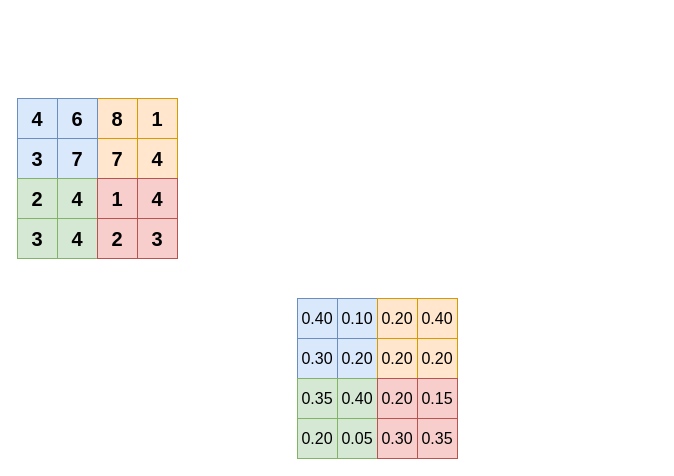
Earlier version of the draw.io diagram 池化.drawio (Zhou-AY/hello-world). Source tidied: cells renumbered, new cells numbered last; positions are measured from the earlier drawing's top-left corner, leaving out a move shared by most shapes. Both pictures are drawn from the tidied source at 100%, with x=0, y=0 at pixel (17, 98).
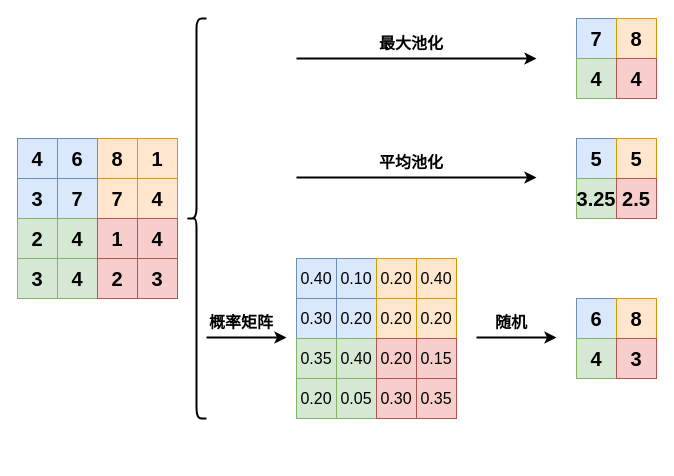
The same diagram, later.

Diff of the diagram source:
```diff
@@
     <mxCell id="2" value="&lt;b&gt;&lt;font style=&quot;font-size: 20px;&quot;&gt;8&lt;/font&gt;&lt;/b&gt;" style="whiteSpace=wrap;html=1;fillColor=#ffe6cc;strokeColor=#d79b00;" parent="1" vertex="1">
-      <mxGeometry x="80" width="40" height="40" as="geometry" />
+      <mxGeometry x="80" y="40" width="40" height="40" as="geometry" />
     </mxCell>
     <mxCell id="3" value="&lt;b&gt;&lt;font style=&quot;font-size: 20px;&quot;&gt;1&lt;/font&gt;&lt;/b&gt;" style="whiteSpace=wrap;html=1;fillColor=#ffe6cc;strokeColor=#d79b00;" parent="1" vertex="1">
-      <mxGeometry x="120" width="40" height="40" as="geometry" />
+      <mxGeometry x="120" y="40" width="40" height="40" as="geometry" />
     </mxCell>
     <mxCell id="4" value="&lt;b&gt;&lt;font style=&quot;font-size: 20px;&quot;&gt;7&lt;/font&gt;&lt;/b&gt;" style="whiteSpace=wrap;html=1;fillColor=#ffe6cc;strokeColor=#d79b00;" parent="1" vertex="1">
-      <mxGeometry x="80" y="40" width="40" height="40" as="geometry" />
+      <mxGeometry x="80" y="80" width="40" height="40" as="geometry" />
     </mxCell>
     <mxCell id="5" value="&lt;b&gt;&lt;font style=&quot;font-size: 20px;&quot;&gt;4&lt;/font&gt;&lt;/b&gt;" style="whiteSpace=wrap;html=1;fillColor=#ffe6cc;strokeColor=#d79b00;" parent="1" vertex="1">
-      <mxGeometry x="120" y="40" width="40" height="40" as="geometry" />
+      <mxGeometry x="120" y="80" width="40" height="40" as="geometry" />
     </mxCell>
     <mxCell id="6" value="&lt;b&gt;&lt;font style=&quot;font-size: 20px;&quot;&gt;4&lt;/font&gt;&lt;/b&gt;" style="whiteSpace=wrap;html=1;fillColor=#dae8fc;strokeColor=#6c8ebf;" parent="1" vertex="1">
-      <mxGeometry width="40" height="40" as="geometry" />
+      <mxGeometry y="40" width="40" height="40" as="geometry" />
     </mxCell>
     <mxCell id="7" value="&lt;b&gt;&lt;font style=&quot;font-size: 20px;&quot;&gt;6&lt;/font&gt;&lt;/b&gt;" style="whiteSpace=wrap;html=1;fillColor=#dae8fc;strokeColor=#6c8ebf;" parent="1" vertex="1">
-      <mxGeometry x="40" width="40" height="40" as="geometry" />
+      <mxGeometry x="40" y="40" width="40" height="40" as="geometry" />
     </mxCell>
     <mxCell id="8" value="&lt;b&gt;&lt;font style=&quot;font-size: 20px;&quot;&gt;3&lt;/font&gt;&lt;/b&gt;" style="whiteSpace=wrap;html=1;fillColor=#dae8fc;strokeColor=#6c8ebf;" parent="1" vertex="1">
-      <mxGeometry y="40" width="40" height="40" as="geometry" />
+      <mxGeometry y="80" width="40" height="40" as="geometry" />
     </mxCell>
     <mxCell id="9" value="&lt;b&gt;&lt;font style=&quot;font-size: 20px;&quot;&gt;7&lt;/font&gt;&lt;/b&gt;" style="whiteSpace=wrap;html=1;fillColor=#dae8fc;strokeColor=#6c8ebf;" parent="1" vertex="1">
-      <mxGeometry x="40" y="40" width="40" height="40" as="geometry" />
+      <mxGeometry x="40" y="80" width="40" height="40" as="geometry" />
     </mxCell>
     <mxCell id="10" value="&lt;b&gt;&lt;font style=&quot;font-size: 20px;&quot;&gt;2&lt;/font&gt;&lt;/b&gt;" style="whiteSpace=wrap;html=1;fillColor=#d5e8d4;strokeColor=#82b366;" parent="1" vertex="1">
-      <mxGeometry y="80" width="40" height="40" as="geometry" />
+      <mxGeometry y="120" width="40" height="40" as="geometry" />
     </mxCell>
     <mxCell id="11" value="&lt;b&gt;&lt;font style=&quot;font-size: 20px;&quot;&gt;4&lt;/font&gt;&lt;/b&gt;" style="whiteSpace=wrap;html=1;fillColor=#d5e8d4;strokeColor=#82b366;" parent="1" vertex="1">
-      <mxGeometry x="40" y="80" width="40" height="40" as="geometry" />
+      <mxGeometry x="40" y="120" width="40" height="40" as="geometry" />
     </mxCell>
     <mxCell id="12" value="&lt;b&gt;&lt;font style=&quot;font-size: 20px;&quot;&gt;3&lt;/font&gt;&lt;/b&gt;" style="whiteSpace=wrap;html=1;fillColor=#d5e8d4;strokeColor=#82b366;" parent="1" vertex="1">
-      <mxGeometry y="120" width="40" height="40" as="geometry" />
+      <mxGeometry y="160" width="40" height="40" as="geometry" />
     </mxCell>
     <mxCell id="13" value="&lt;b&gt;&lt;font style=&quot;font-size: 20px;&quot;&gt;4&lt;/font&gt;&lt;/b&gt;" style="whiteSpace=wrap;html=1;fillColor=#d5e8d4;strokeColor=#82b366;" parent="1" vertex="1">
-      <mxGeometry x="40" y="120" width="40" height="40" as="geometry" />
+      <mxGeometry x="40" y="160" width="40" height="40" as="geometry" />
     </mxCell>
     <mxCell id="14" value="&lt;b&gt;&lt;font style=&quot;font-size: 20px;&quot;&gt;1&lt;/font&gt;&lt;/b&gt;" style="whiteSpace=wrap;html=1;fillColor=#f8cecc;strokeColor=#b85450;" parent="1" vertex="1">
-      <mxGeometry x="80" y="80" width="40" height="40" as="geometry" />
+      <mxGeometry x="80" y="120" width="40" height="40" as="geometry" />
     </mxCell>
     <mxCell id="15" value="&lt;b&gt;&lt;font style=&quot;font-size: 20px;&quot;&gt;4&lt;/font&gt;&lt;/b&gt;" style="whiteSpace=wrap;html=1;fillColor=#f8cecc;strokeColor=#b85450;" parent="1" vertex="1">
-      <mxGeometry x="120" y="80" width="40" height="40" as="geometry" />
+      <mxGeometry x="120" y="120" width="40" height="40" as="geometry" />
     </mxCell>
     <mxCell id="16" value="&lt;b&gt;&lt;font style=&quot;font-size: 20px;&quot;&gt;2&lt;/font&gt;&lt;/b&gt;" style="whiteSpace=wrap;html=1;fillColor=#f8cecc;strokeColor=#b85450;" parent="1" vertex="1">
-      <mxGeometry x="80" y="120" width="40" height="40" as="geometry" />
+      <mxGeometry x="80" y="160" width="40" height="40" as="geometry" />
     </mxCell>
     <mxCell id="17" value="&lt;b&gt;&lt;font style=&quot;font-size: 20px;&quot;&gt;3&lt;/font&gt;&lt;/b&gt;" style="whiteSpace=wrap;html=1;fillColor=#f8cecc;strokeColor=#b85450;" parent="1" vertex="1">
-      <mxGeometry x="120" y="120" width="40" height="40" as="geometry" />
+      <mxGeometry x="120" y="160" width="40" height="40" as="geometry" />
     </mxCell>
     <mxCell id="18" value="&lt;font style=&quot;font-size: 16px;&quot;&gt;0.40&lt;/font&gt;" style="whiteSpace=wrap;html=1;fillColor=#dae8fc;strokeColor=#6c8ebf;" parent="1" vertex="1">
-      <mxGeometry x="280" y="200" width="40" height="40" as="geometry" />
+      <mxGeometry x="279" y="160" width="40" height="40" as="geometry" />
     </mxCell>
     <mxCell id="19" value="&lt;font style=&quot;font-size: 16px;&quot;&gt;0.10&lt;/font&gt;" style="whiteSpace=wrap;html=1;fillColor=#dae8fc;strokeColor=#6c8ebf;" parent="1" vertex="1">
-      <mxGeometry x="320" y="200" width="40" height="40" as="geometry" />
+      <mxGeometry x="319" y="160" width="40" height="40" as="geometry" />
     </mxCell>
     <mxCell id="20" value="&lt;font style=&quot;font-size: 16px;&quot;&gt;0.30&lt;/font&gt;" style="whiteSpace=wrap;html=1;fillColor=#dae8fc;strokeColor=#6c8ebf;" parent="1" vertex="1">
-      <mxGeometry x="280" y="240" width="40" height="40" as="geometry" />
+      <mxGeometry x="279" y="200" width="40" height="40" as="geometry" />
     </mxCell>
     <mxCell id="21" value="&lt;font style=&quot;font-size: 16px;&quot;&gt;0.20&lt;/font&gt;" style="whiteSpace=wrap;html=1;fillColor=#dae8fc;strokeColor=#6c8ebf;" parent="1" vertex="1">
-      <mxGeometry x="320" y="240" width="40" height="40" as="geometry" />
+      <mxGeometry x="319" y="200" width="40" height="40" as="geometry" />
     </mxCell>
     <mxCell id="22" value="&lt;font style=&quot;font-size: 16px;&quot;&gt;0.20&lt;/font&gt;" style="whiteSpace=wrap;html=1;fillColor=#ffe6cc;strokeColor=#d79b00;" parent="1" vertex="1">
-      <mxGeometry x="360" y="200" width="40" height="40" as="geometry" />
+      <mxGeometry x="359" y="160" width="40" height="40" as="geometry" />
     </mxCell>
     <mxCell id="23" value="&lt;font style=&quot;font-size: 16px;&quot;&gt;0.40&lt;/font&gt;" style="whiteSpace=wrap;html=1;fillColor=#ffe6cc;strokeColor=#d79b00;" parent="1" vertex="1">
-      <mxGeometry x="400" y="200" width="40" height="40" as="geometry" />
+      <mxGeometry x="399" y="160" width="40" height="40" as="geometry" />
     </mxCell>
     <mxCell id="24" value="&lt;font style=&quot;font-size: 16px;&quot;&gt;0.20&lt;/font&gt;" style="whiteSpace=wrap;html=1;fillColor=#ffe6cc;strokeColor=#d79b00;" parent="1" vertex="1">
-      <mxGeometry x="360" y="240" width="40" height="40" as="geometry" />
+      <mxGeometry x="359" y="200" width="40" height="40" as="geometry" />
     </mxCell>
     <mxCell id="25" value="&lt;font style=&quot;font-size: 16px;&quot;&gt;0.20&lt;/font&gt;" style="whiteSpace=wrap;html=1;fillColor=#ffe6cc;strokeColor=#d79b00;" parent="1" vertex="1">
-      <mxGeometry x="400" y="240" width="40" height="40" as="geometry" />
+      <mxGeometry x="399" y="200" width="40" height="40" as="geometry" />
     </mxCell>
     <mxCell id="26" value="&lt;font style=&quot;font-size: 16px;&quot;&gt;0.35&lt;/font&gt;" style="whiteSpace=wrap;html=1;fillColor=#d5e8d4;strokeColor=#82b366;" parent="1" vertex="1">
-      <mxGeometry x="280" y="280" width="40" height="40" as="geometry" />
+      <mxGeometry x="279" y="240" width="40" height="40" as="geometry" />
     </mxCell>
     <mxCell id="27" value="&lt;font style=&quot;font-size: 16px;&quot;&gt;0.40&lt;/font&gt;" style="whiteSpace=wrap;html=1;fillColor=#d5e8d4;strokeColor=#82b366;" parent="1" vertex="1">
-      <mxGeometry x="320" y="280" width="40" height="40" as="geometry" />
+      <mxGeometry x="319" y="240" width="40" height="40" as="geometry" />
     </mxCell>
     <mxCell id="28" value="&lt;font style=&quot;font-size: 16px;&quot;&gt;0.20&lt;/font&gt;" style="whiteSpace=wrap;html=1;fillColor=#d5e8d4;strokeColor=#82b366;" parent="1" vertex="1">
-      <mxGeometry x="280" y="320" width="40" height="40" as="geometry" />
+      <mxGeometry x="279" y="280" width="40" height="40" as="geometry" />
     </mxCell>
     <mxCell id="29" value="&lt;font style=&quot;font-size: 16px;&quot;&gt;0.05&lt;/font&gt;" style="whiteSpace=wrap;html=1;fillColor=#d5e8d4;strokeColor=#82b366;" parent="1" vertex="1">
-      <mxGeometry x="320" y="320" width="40" height="40" as="geometry" />
+      <mxGeometry x="319" y="280" width="40" height="40" as="geometry" />
     </mxCell>
     <mxCell id="30" value="&lt;font style=&quot;font-size: 16px;&quot;&gt;0.20&lt;/font&gt;" style="whiteSpace=wrap;html=1;fillColor=#f8cecc;strokeColor=#b85450;" parent="1" vertex="1">
-      <mxGeometry x="360" y="280" width="40" height="40" as="geometry" />
+      <mxGeometry x="359" y="240" width="40" height="40" as="geometry" />
     </mxCell>
     <mxCell id="31" value="&lt;font style=&quot;font-size: 16px;&quot;&gt;0.15&lt;/font&gt;" style="whiteSpace=wrap;html=1;fillColor=#f8cecc;strokeColor=#b85450;" parent="1" vertex="1">
-      <mxGeometry x="400" y="280" width="40" height="40" as="geometry" />
+      <mxGeometry x="399" y="240" width="40" height="40" as="geometry" />
     </mxCell>
     <mxCell id="32" value="&lt;font style=&quot;font-size: 16px;&quot;&gt;0.30&lt;/font&gt;" style="whiteSpace=wrap;html=1;fillColor=#f8cecc;strokeColor=#b85450;" parent="1" vertex="1">
-      <mxGeometry x="360" y="320" width="40" height="40" as="geometry" />
+      <mxGeometry x="359" y="280" width="40" height="40" as="geometry" />
     </mxCell>
     <mxCell id="33" value="&lt;font style=&quot;font-size: 16px;&quot;&gt;0.35&lt;/font&gt;" style="whiteSpace=wrap;html=1;fillColor=#f8cecc;strokeColor=#b85450;" parent="1" vertex="1">
-      <mxGeometry x="400" y="320" width="40" height="40" as="geometry" />
+      <mxGeometry x="399" y="280" width="40" height="40" as="geometry" />
     </mxCell>
+    <mxCell id="34" value="&lt;b&gt;&lt;font style=&quot;font-size: 20px;&quot;&gt;6&lt;/font&gt;&lt;/b&gt;" style="whiteSpace=wrap;html=1;fillColor=#dae8fc;strokeColor=#6c8ebf;" parent="1" vertex="1">
+      <mxGeometry x="559" y="200" width="40" height="40" as="geometry" />
+    </mxCell>
+    <mxCell id="35" value="&lt;b&gt;&lt;font style=&quot;font-size: 20px;&quot;&gt;8&lt;/font&gt;&lt;/b&gt;" style="whiteSpace=wrap;html=1;fillColor=#ffe6cc;strokeColor=#d79b00;" parent="1" vertex="1">
+      <mxGeometry x="599" y="200" width="40" height="40" as="geometry" />
+    </mxCell>
+    <mxCell id="36" value="&lt;b&gt;&lt;font style=&quot;font-size: 20px;&quot;&gt;4&lt;/font&gt;&lt;/b&gt;" style="whiteSpace=wrap;html=1;fillColor=#d5e8d4;strokeColor=#82b366;" parent="1" vertex="1">
+      <mxGeometry x="559" y="240" width="40" height="40" as="geometry" />
+    </mxCell>
+    <mxCell id="37" value="&lt;b&gt;&lt;font style=&quot;font-size: 20px;&quot;&gt;3&lt;/font&gt;&lt;/b&gt;" style="whiteSpace=wrap;html=1;fillColor=#f8cecc;strokeColor=#b85450;" parent="1" vertex="1">
+      <mxGeometry x="599" y="240" width="40" height="40" as="geometry" />
+    </mxCell>
+    <mxCell id="38" value="&lt;b&gt;&lt;font style=&quot;font-size: 20px;&quot;&gt;5&lt;/font&gt;&lt;/b&gt;" style="whiteSpace=wrap;html=1;fillColor=#dae8fc;strokeColor=#6c8ebf;" parent="1" vertex="1">
+      <mxGeometry x="559" y="40" width="40" height="40" as="geometry" />
+    </mxCell>
+    <mxCell id="39" value="&lt;b&gt;&lt;font style=&quot;font-size: 20px;&quot;&gt;5&lt;/font&gt;&lt;/b&gt;" style="whiteSpace=wrap;html=1;fillColor=#ffe6cc;strokeColor=#d79b00;" parent="1" vertex="1">
+      <mxGeometry x="599" y="40" width="40" height="40" as="geometry" />
+    </mxCell>
+    <mxCell id="40" value="&lt;span style=&quot;font-size: 20px;&quot;&gt;&lt;b&gt;3.25&lt;/b&gt;&lt;/span&gt;" style="whiteSpace=wrap;html=1;fillColor=#d5e8d4;strokeColor=#82b366;" parent="1" vertex="1">
+      <mxGeometry x="559" y="80" width="40" height="40" as="geometry" />
+    </mxCell>
+    <mxCell id="41" value="&lt;b&gt;&lt;font style=&quot;font-size: 20px;&quot;&gt;2.5&lt;/font&gt;&lt;/b&gt;" style="whiteSpace=wrap;html=1;fillColor=#f8cecc;strokeColor=#b85450;" parent="1" vertex="1">
+      <mxGeometry x="599" y="80" width="40" height="40" as="geometry" />
+    </mxCell>
+    <mxCell id="42" value="&lt;b&gt;&lt;font style=&quot;font-size: 20px;&quot;&gt;7&lt;/font&gt;&lt;/b&gt;" style="whiteSpace=wrap;html=1;fillColor=#dae8fc;strokeColor=#6c8ebf;" parent="1" vertex="1">
+      <mxGeometry x="559" y="-80" width="40" height="40" as="geometry" />
+    </mxCell>
+    <mxCell id="43" value="&lt;b&gt;&lt;font style=&quot;font-size: 20px;&quot;&gt;8&lt;/font&gt;&lt;/b&gt;" style="whiteSpace=wrap;html=1;fillColor=#ffe6cc;strokeColor=#d79b00;" parent="1" vertex="1">
+      <mxGeometry x="599" y="-80" width="40" height="40" as="geometry" />
+    </mxCell>
+    <mxCell id="44" value="&lt;b&gt;&lt;font style=&quot;font-size: 20px;&quot;&gt;4&lt;/font&gt;&lt;/b&gt;" style="whiteSpace=wrap;html=1;fillColor=#d5e8d4;strokeColor=#82b366;" parent="1" vertex="1">
+      <mxGeometry x="559" y="-40" width="40" height="40" as="geometry" />
+    </mxCell>
+    <mxCell id="45" value="&lt;b&gt;&lt;font style=&quot;font-size: 20px;&quot;&gt;4&lt;/font&gt;&lt;/b&gt;" style="whiteSpace=wrap;html=1;fillColor=#f8cecc;strokeColor=#b85450;" parent="1" vertex="1">
+      <mxGeometry x="599" y="-40" width="40" height="40" as="geometry" />
+    </mxCell>
+    <mxCell id="46" style="endArrow=classic;html=1;rounded=0;strokeWidth=2;" parent="1" edge="1">
+      <mxGeometry relative="1" as="geometry">
+        <mxPoint x="279" y="-40" as="sourcePoint" />
+        <mxPoint x="519" y="-40" as="targetPoint" />
+      </mxGeometry>
+    </mxCell>
+    <mxCell id="47" value="&lt;b&gt;&lt;font style=&quot;font-size: 16px;&quot;&gt;最大池化&lt;/font&gt;&lt;/b&gt;" style="text;html=1;strokeColor=none;fillColor=none;align=center;verticalAlign=middle;whiteSpace=wrap;rounded=0;" parent="1" vertex="1">
+      <mxGeometry x="359" y="-70" width="70" height="30" as="geometry" />
+    </mxCell>
+    <mxCell id="48" style="endArrow=classic;html=1;rounded=0;strokeWidth=2;" parent="1" edge="1">
+      <mxGeometry relative="1" as="geometry">
+        <mxPoint x="279" y="79" as="sourcePoint" />
+        <mxPoint x="519" y="79" as="targetPoint" />
+      </mxGeometry>
+    </mxCell>
+    <mxCell id="49" value="&lt;b&gt;&lt;font style=&quot;font-size: 16px;&quot;&gt;平均池化&lt;/font&gt;&lt;/b&gt;" style="text;html=1;strokeColor=none;fillColor=none;align=center;verticalAlign=middle;whiteSpace=wrap;rounded=0;" parent="1" vertex="1">
+      <mxGeometry x="359" y="49" width="70" height="30" as="geometry" />
+    </mxCell>
+    <mxCell id="50" style="endArrow=classic;html=1;rounded=0;strokeWidth=2;" parent="1" edge="1">
+      <mxGeometry relative="1" as="geometry">
+        <mxPoint x="459" y="239" as="sourcePoint" />
+        <mxPoint x="539" y="239" as="targetPoint" />
+      </mxGeometry>
+    </mxCell>
+    <mxCell id="51" value="&lt;b&gt;&lt;font style=&quot;font-size: 16px;&quot;&gt;随机&lt;/font&gt;&lt;/b&gt;" style="text;html=1;strokeColor=none;fillColor=none;align=center;verticalAlign=middle;whiteSpace=wrap;rounded=0;" parent="1" vertex="1">
+      <mxGeometry x="469" y="209" width="50" height="30" as="geometry" />
+    </mxCell>
+    <mxCell id="52" style="endArrow=classic;html=1;rounded=0;strokeWidth=2;exitX=0;exitY=1;exitDx=0;exitDy=0;" parent="1" edge="1" source="53">
+      <mxGeometry relative="1" as="geometry">
+        <mxPoint x="269" y="239" as="targetPoint" />
+      </mxGeometry>
+    </mxCell>
+    <mxCell id="53" value="&lt;b&gt;&lt;font style=&quot;font-size: 16px;&quot;&gt;概率矩阵&lt;/font&gt;&lt;/b&gt;" style="text;html=1;strokeColor=none;fillColor=none;align=center;verticalAlign=middle;whiteSpace=wrap;rounded=0;" parent="1" vertex="1">
+      <mxGeometry x="189" y="208" width="70" height="31" as="geometry" />
+    </mxCell>
+    <mxCell id="54" style="shape=curlyBracket;whiteSpace=wrap;html=1;rounded=1;labelPosition=left;verticalLabelPosition=middle;align=right;verticalAlign=middle;strokeWidth=2;" parent="1" vertex="1">
+      <mxGeometry x="169" y="-80" width="20" height="400" as="geometry" />
+    </mxCell>
```
